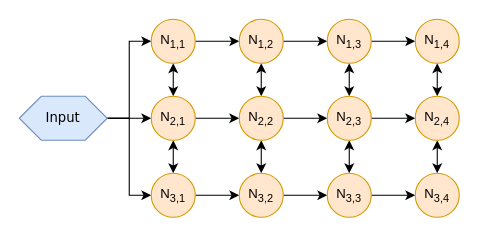
Before: cc1.drawio in mulanfly/diagrams, a draw.io diagram. Source tidied: cells renumbered, new cells numbered last; positions are measured from the earlier drawing's top-left corner, leaving out a move shared by most shapes. Both pictures are drawn from the tidied source at 110%, with x=0, y=0 at pixel (19, 19).
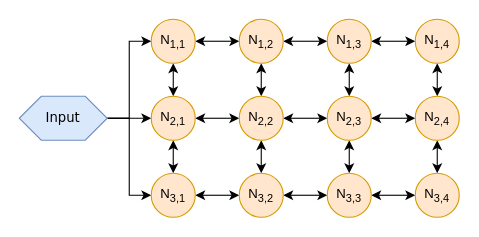
The same diagram, later.

Unchanged cells that the change refers to:
```xml
<mxCell id="4" value="N&lt;sub&gt;1,1&lt;/sub&gt;" style="ellipse;whiteSpace=wrap;html=1;fillColor=#ffe6cc;strokeColor=#d79b00;" parent="1" vertex="1">
  <mxGeometry x="120" width="40" height="40" as="geometry" />
</mxCell>
<mxCell id="11" value="N&lt;sub&gt;2,1&lt;/sub&gt;" style="ellipse;whiteSpace=wrap;html=1;fillColor=#ffe6cc;strokeColor=#d79b00;" parent="1" vertex="1">
  <mxGeometry x="120" y="70" width="40" height="40" as="geometry" />
</mxCell>
<mxCell id="13" value="N&lt;sub&gt;3,1&lt;/sub&gt;" style="ellipse;whiteSpace=wrap;html=1;fillColor=#ffe6cc;strokeColor=#d79b00;" parent="1" vertex="1">
  <mxGeometry x="120" y="140" width="40" height="40" as="geometry" />
</mxCell>
<mxCell id="16" value="N&lt;sub&gt;1,2&lt;/sub&gt;" style="ellipse;whiteSpace=wrap;html=1;fillColor=#ffe6cc;strokeColor=#d79b00;" parent="1" vertex="1">
  <mxGeometry x="200" width="40" height="40" as="geometry" />
</mxCell>
<mxCell id="19" value="N&lt;sub&gt;2,2&lt;/sub&gt;" style="ellipse;whiteSpace=wrap;html=1;fillColor=#ffe6cc;strokeColor=#d79b00;" parent="1" vertex="1">
  <mxGeometry x="200" y="70" width="40" height="40" as="geometry" />
</mxCell>
<mxCell id="21" value="N&lt;sub&gt;3,2&lt;/sub&gt;" style="ellipse;whiteSpace=wrap;html=1;fillColor=#ffe6cc;strokeColor=#d79b00;" parent="1" vertex="1">
  <mxGeometry x="200" y="140" width="40" height="40" as="geometry" />
</mxCell>
<mxCell id="24" value="N&lt;sub&gt;1,3&lt;/sub&gt;" style="ellipse;whiteSpace=wrap;html=1;fillColor=#ffe6cc;strokeColor=#d79b00;" parent="1" vertex="1">
  <mxGeometry x="280" width="40" height="40" as="geometry" />
</mxCell>
<mxCell id="27" value="N&lt;sub&gt;2,3&lt;/sub&gt;" style="ellipse;whiteSpace=wrap;html=1;fillColor=#ffe6cc;strokeColor=#d79b00;" parent="1" vertex="1">
  <mxGeometry x="280" y="70" width="40" height="40" as="geometry" />
</mxCell>
<mxCell id="29" value="N&lt;sub&gt;3,3&lt;/sub&gt;" style="ellipse;whiteSpace=wrap;html=1;fillColor=#ffe6cc;strokeColor=#d79b00;" parent="1" vertex="1">
  <mxGeometry x="280" y="140" width="40" height="40" as="geometry" />
</mxCell>
<mxCell id="31" value="N&lt;sub&gt;1,4&lt;/sub&gt;" style="ellipse;whiteSpace=wrap;html=1;fillColor=#ffe6cc;strokeColor=#d79b00;" parent="1" vertex="1">
  <mxGeometry x="360" width="40" height="40" as="geometry" />
</mxCell>
<mxCell id="33" value="N&lt;sub&gt;2,4&lt;/sub&gt;" style="ellipse;whiteSpace=wrap;html=1;fillColor=#ffe6cc;strokeColor=#d79b00;" parent="1" vertex="1">
  <mxGeometry x="360" y="70" width="40" height="40" as="geometry" />
</mxCell>
<mxCell id="34" value="N&lt;sub&gt;3,4&lt;/sub&gt;" style="ellipse;whiteSpace=wrap;html=1;fillColor=#ffe6cc;strokeColor=#d79b00;" parent="1" vertex="1">
  <mxGeometry x="360" y="140" width="40" height="40" as="geometry" />
</mxCell>
```

What changed in the source:
```diff
@@
-    <mxCell id="2" style="edgeStyle=orthogonalEdgeStyle;rounded=0;jettySize=auto;html=1;exitX=1;exitY=0.5;exitDx=0;exitDy=0;entryX=0;entryY=0.5;entryDx=0;entryDy=0;" parent="1" edge="1" source="4" target="16">
+    <mxCell id="2" style="edgeStyle=orthogonalEdgeStyle;rounded=0;jettySize=auto;html=1;exitX=1;exitY=0.5;exitDx=0;exitDy=0;entryX=0;entryY=0.5;entryDx=0;entryDy=0;startArrow=classic;startFill=1;" parent="1" edge="1" source="4" target="16">
       <mxGeometry relative="1" as="geometry" />
     </mxCell>
@@
-    <mxCell id="9" style="edgeStyle=orthogonalEdgeStyle;rounded=0;jettySize=auto;html=1;exitX=1;exitY=0.5;exitDx=0;exitDy=0;entryX=0;entryY=0.5;entryDx=0;entryDy=0;" parent="1" edge="1" source="11" target="19">
+    <mxCell id="9" style="edgeStyle=orthogonalEdgeStyle;rounded=0;jettySize=auto;html=1;exitX=1;exitY=0.5;exitDx=0;exitDy=0;entryX=0;entryY=0.5;entryDx=0;entryDy=0;startArrow=classic;startFill=1;" parent="1" edge="1" source="11" target="19">
       <mxGeometry relative="1" as="geometry" />
     </mxCell>
@@
-    <mxCell id="12" style="edgeStyle=orthogonalEdgeStyle;rounded=0;jettySize=auto;html=1;exitX=1;exitY=0.5;exitDx=0;exitDy=0;entryX=0;entryY=0.5;entryDx=0;entryDy=0;" parent="1" edge="1" source="13" target="21">
+    <mxCell id="12" style="edgeStyle=orthogonalEdgeStyle;rounded=0;jettySize=auto;html=1;exitX=1;exitY=0.5;exitDx=0;exitDy=0;entryX=0;entryY=0.5;entryDx=0;entryDy=0;startArrow=classic;startFill=1;" parent="1" edge="1" source="13" target="21">
       <mxGeometry relative="1" as="geometry" />
     </mxCell>
@@
-    <mxCell id="14" style="edgeStyle=orthogonalEdgeStyle;rounded=0;jettySize=auto;html=1;exitX=1;exitY=0.5;exitDx=0;exitDy=0;" parent="1" edge="1" source="16" target="24">
+    <mxCell id="14" style="edgeStyle=orthogonalEdgeStyle;rounded=0;jettySize=auto;html=1;exitX=1;exitY=0.5;exitDx=0;exitDy=0;startArrow=classic;startFill=1;" parent="1" edge="1" source="16" target="24">
       <mxGeometry relative="1" as="geometry" />
     </mxCell>
@@
-    <mxCell id="17" style="edgeStyle=orthogonalEdgeStyle;rounded=0;jettySize=auto;html=1;exitX=1;exitY=0.5;exitDx=0;exitDy=0;entryX=0;entryY=0.5;entryDx=0;entryDy=0;" parent="1" edge="1" source="19" target="27">
+    <mxCell id="17" style="edgeStyle=orthogonalEdgeStyle;rounded=0;jettySize=auto;html=1;exitX=1;exitY=0.5;exitDx=0;exitDy=0;entryX=0;entryY=0.5;entryDx=0;entryDy=0;startArrow=classic;startFill=1;" parent="1" edge="1" source="19" target="27">
       <mxGeometry relative="1" as="geometry" />
     </mxCell>
@@
-    <mxCell id="20" style="edgeStyle=orthogonalEdgeStyle;rounded=0;jettySize=auto;html=1;exitX=1;exitY=0.5;exitDx=0;exitDy=0;entryX=0;entryY=0.5;entryDx=0;entryDy=0;" parent="1" edge="1" source="21" target="29">
+    <mxCell id="20" style="edgeStyle=orthogonalEdgeStyle;rounded=0;jettySize=auto;html=1;exitX=1;exitY=0.5;exitDx=0;exitDy=0;entryX=0;entryY=0.5;entryDx=0;entryDy=0;startArrow=classic;startFill=1;" parent="1" edge="1" source="21" target="29">
       <mxGeometry relative="1" as="geometry" />
     </mxCell>
@@
-    <mxCell id="22" style="edgeStyle=orthogonalEdgeStyle;rounded=0;jettySize=auto;html=1;exitX=1;exitY=0.5;exitDx=0;exitDy=0;entryX=0;entryY=0.5;entryDx=0;entryDy=0;" parent="1" edge="1" source="24" target="31">
+    <mxCell id="22" style="edgeStyle=orthogonalEdgeStyle;rounded=0;jettySize=auto;html=1;exitX=1;exitY=0.5;exitDx=0;exitDy=0;entryX=0;entryY=0.5;entryDx=0;entryDy=0;startArrow=classic;startFill=1;" parent="1" edge="1" source="24" target="31">
       <mxGeometry relative="1" as="geometry" />
     </mxCell>
@@
-    <mxCell id="25" style="edgeStyle=orthogonalEdgeStyle;rounded=0;jettySize=auto;html=1;exitX=1;exitY=0.5;exitDx=0;exitDy=0;entryX=0;entryY=0.5;entryDx=0;entryDy=0;" parent="1" edge="1" source="27" target="33">
+    <mxCell id="25" style="edgeStyle=orthogonalEdgeStyle;rounded=0;jettySize=auto;html=1;exitX=1;exitY=0.5;exitDx=0;exitDy=0;entryX=0;entryY=0.5;entryDx=0;entryDy=0;startArrow=classic;startFill=1;" parent="1" edge="1" source="27" target="33">
       <mxGeometry relative="1" as="geometry" />
     </mxCell>
@@
-    <mxCell id="28" style="edgeStyle=orthogonalEdgeStyle;rounded=0;jettySize=auto;html=1;exitX=1;exitY=0.5;exitDx=0;exitDy=0;" parent="1" edge="1" source="29" target="34">
+    <mxCell id="28" style="edgeStyle=orthogonalEdgeStyle;rounded=0;jettySize=auto;html=1;exitX=1;exitY=0.5;exitDx=0;exitDy=0;startArrow=classic;startFill=1;" parent="1" edge="1" source="29" target="34">
       <mxGeometry relative="1" as="geometry" />
     </mxCell>
```
